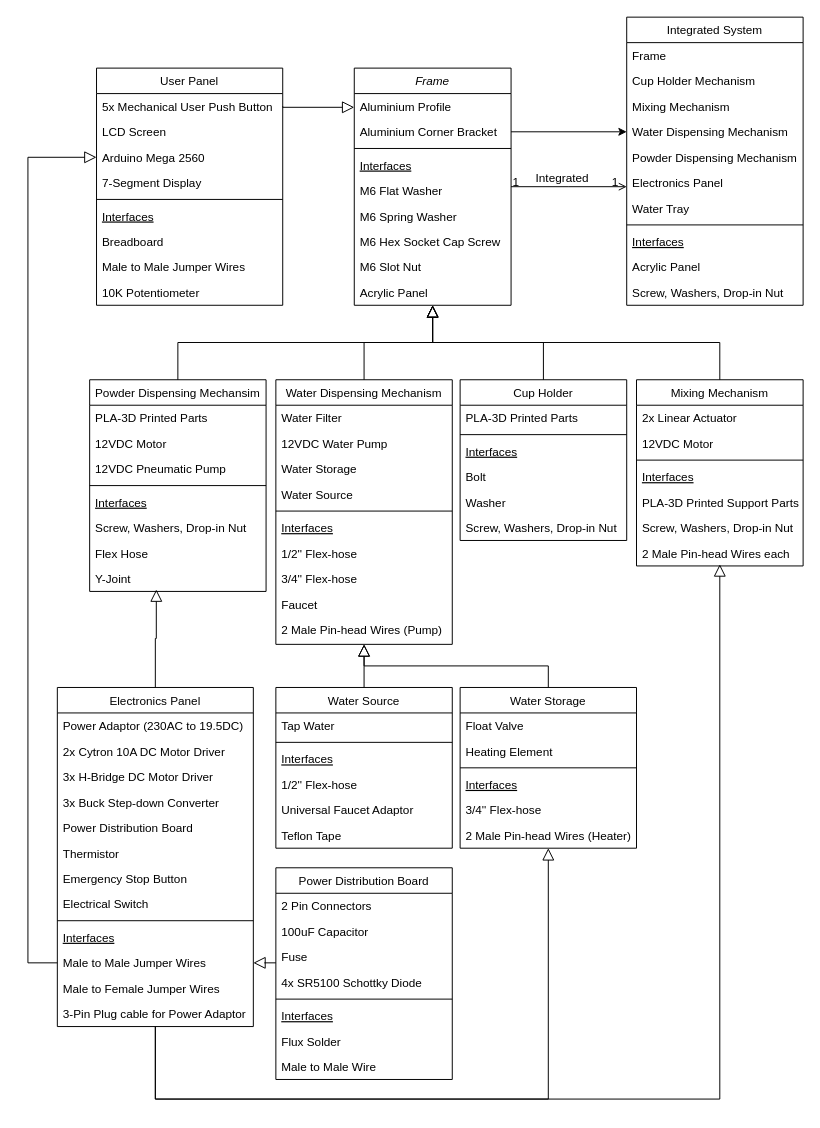
necroboi/RISK-AND-DECISION-HDB keeps this draw.io diagram as integrationclass.drawio. Above is the earlier version. Source tidied: cells renumbered, new cells numbered last; positions are measured from the earlier drawing's top-left corner, leaving out a move shared by most shapes. Both pictures are drawn from the tidied source at 98%, with x=0, y=0 at pixel (27, 17).
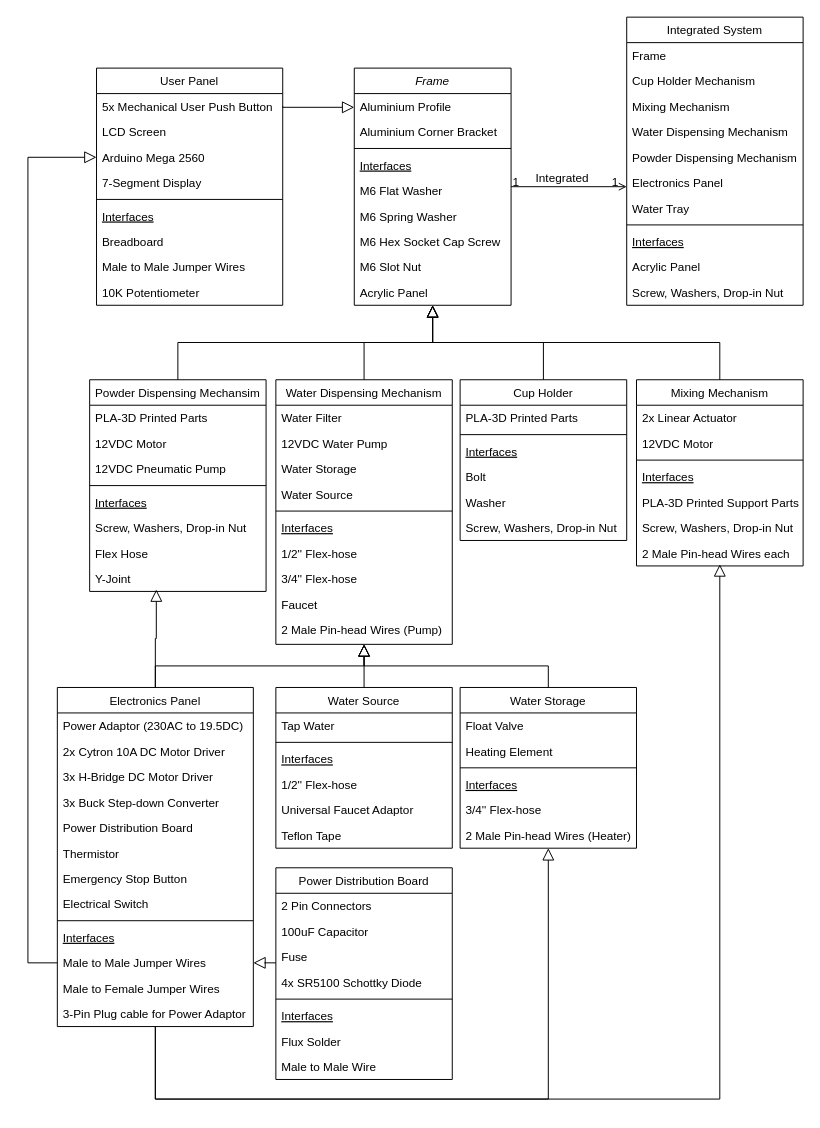
Above is the later version.

Unchanged cells that the change refers to:
```xml
<mxCell id="4" value="Aluminium Corner Bracket" style="text;align=left;verticalAlign=top;spacingLeft=4;spacingRight=4;overflow=hidden;points=[[0,0.5],[1,0.5]];portConstraint=eastwest;rounded=0;shadow=0;html=0;" parent="2" vertex="1">
  <mxGeometry y="52" width="160" height="26" as="geometry" />
</mxCell>
<mxCell id="37" value="Water Dispensing Mechanism" style="text;align=left;verticalAlign=top;spacingLeft=4;spacingRight=4;overflow=hidden;points=[[0,0.5],[1,0.5]];portConstraint=eastwest;rounded=0;shadow=0;html=0;" parent="33" vertex="1">
  <mxGeometry y="104" width="180" height="26" as="geometry" />
</mxCell>
<mxCell id="94" value="Electronics Panel" style="swimlane;fontStyle=0;align=center;verticalAlign=top;horizontal=1;startSize=26;rounded=0;shadow=0;strokeWidth=1;" parent="1" vertex="1">
  <mxGeometry x="30" y="684" width="200" height="346" as="geometry" />
</mxCell>
```

The edit, as a diff of the source:
```diff
@@
-    <mxCell id="112" style="edgeStyle=orthogonalEdgeStyle;rounded=0;jettySize=auto;html=1;" parent="1" edge="1" source="4" target="37">
-      <mxGeometry relative="1" as="geometry" />
-    </mxCell>
@@
+    <mxCell id="123" style="endArrow=block;endSize=10;endFill=0;shadow=0;strokeWidth=1;rounded=0;curved=0;edgeStyle=elbowEdgeStyle;elbow=vertical;exitX=0.5;exitY=0;exitDx=0;exitDy=0;" parent="1" edge="1" source="94">
+      <mxGeometry relative="1" as="geometry">
+        <mxPoint x="343" y="640" as="targetPoint" />
+      </mxGeometry>
+    </mxCell>
```
